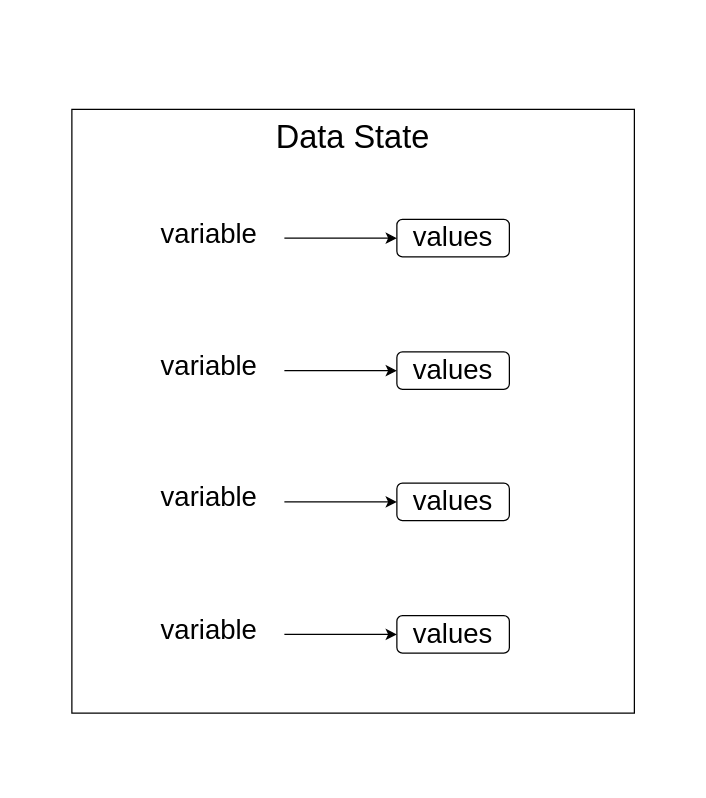
Earlier version of the draw.io diagram page "data-state" (19 of 20) of docs/diagrams.drawio (kushnertodd/basic-data-science-python). Source tidied: cells renumbered, new cells numbered last; positions are measured from the earlier drawing's top-left corner, leaving out a move shared by most shapes. Both pictures are drawn from the tidied source at 125%, with x=0, y=0 at pixel (21, 71).
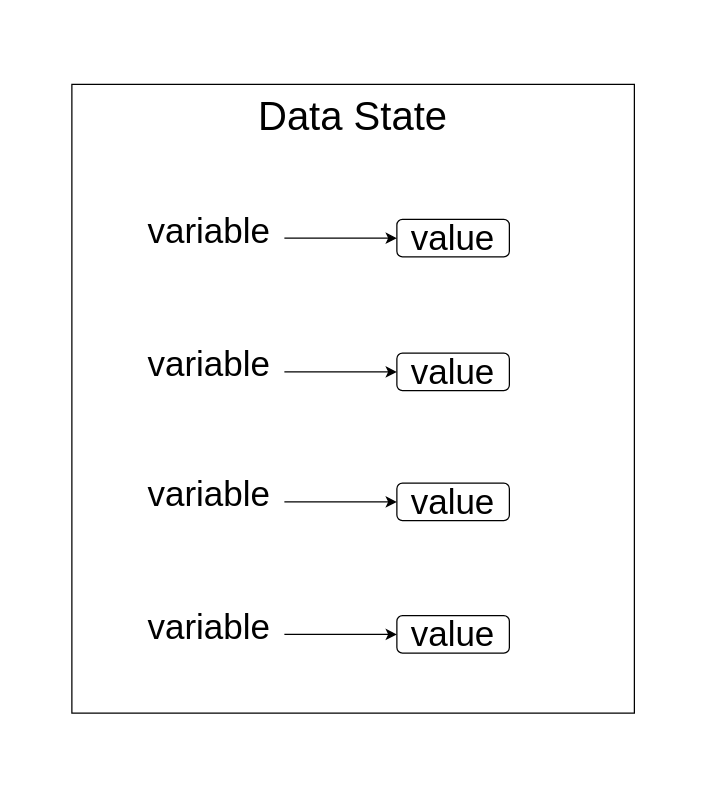
The same diagram, later.

The edit, as a diff of the source:
```diff
@@
 <mxGraphModel>
   <root>
     <mxCell id="0" />
     <mxCell id="1" parent="0" />
-    <mxCell id="2" value="&lt;span style=&quot;text-align: left;&quot;&gt;&lt;font style=&quot;font-size: 26px;&quot;&gt;Data State&lt;/font&gt;&lt;/span&gt;" style="rounded=0;whiteSpace=wrap;html=1;verticalAlign=top;" parent="1" vertex="1">
-      <mxGeometry x="40" y="30" width="450" height="483" as="geometry" />
+    <mxCell id="2" value="&lt;span style=&quot;text-align: left;&quot;&gt;&lt;font style=&quot;font-size: 32px;&quot;&gt;Data State&lt;/font&gt;&lt;/span&gt;" style="rounded=0;whiteSpace=wrap;html=1;verticalAlign=top;" parent="1" vertex="1">
+      <mxGeometry x="40" y="10" width="450" height="503" as="geometry" />
     </mxCell>
-    <mxCell id="3" style="group;" parent="1" vertex="1">
-      <mxGeometry x="90" y="209" width="430" height="354" as="geometry" />
-    </mxCell>
-    <mxCell id="4" value="&lt;font style=&quot;font-size: 22px;&quot;&gt;values&lt;/font&gt;" style="rounded=1;whiteSpace=wrap;html=1;" parent="3" vertex="1">
-      <mxGeometry x="210" y="15" width="90" height="30" as="geometry" />
-    </mxCell>
-    <mxCell id="5" value="&lt;span style=&quot;font-size: 22px; text-align: left; line-height: 0%;&quot;&gt;variable&lt;/span&gt;" style="rounded=0;whiteSpace=wrap;html=1;opacity=0;" parent="3" vertex="1">
-      <mxGeometry width="120" height="60" as="geometry" />
-    </mxCell>
-    <mxCell id="6" style="edgeStyle=orthogonalEdgeStyle;rounded=0;jettySize=auto;html=1;" parent="3" edge="1" source="5" target="4">
-      <mxGeometry relative="1" as="geometry" />
-    </mxCell>
-    <mxCell id="7" style="rounded=0;whiteSpace=wrap;html=1;opacity=0;" parent="3" vertex="1">
-      <mxGeometry x="-90" y="-209" width="520" height="539" as="geometry" />
-    </mxCell>
     <mxCell id="8" style="group;" parent="1" vertex="1">
       <mxGeometry x="90" y="314" width="300" height="60" as="geometry" />
     </mxCell>
-    <mxCell id="9" value="&lt;font style=&quot;font-size: 22px;&quot;&gt;values&lt;/font&gt;" style="rounded=1;whiteSpace=wrap;html=1;" parent="8" vertex="1">
+    <mxCell id="9" value="&lt;font style=&quot;font-size: 28px;&quot;&gt;value&lt;/font&gt;" style="rounded=1;whiteSpace=wrap;html=1;" parent="8" vertex="1">
       <mxGeometry x="210" y="15" width="90" height="30" as="geometry" />
     </mxCell>
-    <mxCell id="10" value="&lt;span style=&quot;font-size: 22px; text-align: left; line-height: 0%;&quot;&gt;variable&lt;/span&gt;" style="rounded=0;whiteSpace=wrap;html=1;opacity=0;" parent="8" vertex="1">
+    <mxCell id="10" value="&lt;span style=&quot;text-align: left; line-height: 0%;&quot;&gt;&lt;font style=&quot;font-size: 28px;&quot;&gt;variable&lt;/font&gt;&lt;/span&gt;" style="rounded=0;whiteSpace=wrap;html=1;opacity=0;" parent="8" vertex="1">
       <mxGeometry width="120" height="60" as="geometry" />
     </mxCell>
     <mxCell id="11" style="edgeStyle=orthogonalEdgeStyle;rounded=0;jettySize=auto;html=1;" parent="8" edge="1" source="10" target="9">
       <mxGeometry relative="1" as="geometry" />
     </mxCell>
     <mxCell id="12" style="group;" parent="1" vertex="1">
       <mxGeometry x="90" y="420" width="300" height="60" as="geometry" />
     </mxCell>
-    <mxCell id="13" value="&lt;font style=&quot;font-size: 22px;&quot;&gt;values&lt;/font&gt;" style="rounded=1;whiteSpace=wrap;html=1;" parent="12" vertex="1">
+    <mxCell id="13" value="&lt;font style=&quot;font-size: 28px;&quot;&gt;value&lt;/font&gt;" style="rounded=1;whiteSpace=wrap;html=1;" parent="12" vertex="1">
       <mxGeometry x="210" y="15" width="90" height="30" as="geometry" />
     </mxCell>
-    <mxCell id="14" value="&lt;span style=&quot;font-size: 22px; text-align: left; line-height: 0%;&quot;&gt;variable&lt;/span&gt;" style="rounded=0;whiteSpace=wrap;html=1;opacity=0;" parent="12" vertex="1">
+    <mxCell id="14" value="&lt;span style=&quot;text-align: left; line-height: 0%;&quot;&gt;&lt;font style=&quot;font-size: 28px;&quot;&gt;variable&lt;/font&gt;&lt;/span&gt;" style="rounded=0;whiteSpace=wrap;html=1;opacity=0;" parent="12" vertex="1">
       <mxGeometry width="120" height="60" as="geometry" />
     </mxCell>
     <mxCell id="15" style="edgeStyle=orthogonalEdgeStyle;rounded=0;jettySize=auto;html=1;" parent="12" edge="1" source="14" target="13">
       <mxGeometry relative="1" as="geometry" />
     </mxCell>
-    <mxCell id="16" value="&lt;font style=&quot;font-size: 22px;&quot;&gt;values&lt;/font&gt;" style="rounded=1;whiteSpace=wrap;html=1;" parent="1" vertex="1">
+    <mxCell id="16" value="&lt;font style=&quot;font-size: 28px;&quot;&gt;value&lt;/font&gt;" style="rounded=1;whiteSpace=wrap;html=1;" parent="1" vertex="1">
       <mxGeometry x="300" y="118" width="90" height="30" as="geometry" />
     </mxCell>
-    <mxCell id="17" value="&lt;span style=&quot;font-size: 22px; text-align: left; line-height: 0%;&quot;&gt;variable&lt;/span&gt;" style="rounded=0;whiteSpace=wrap;html=1;opacity=0;" parent="1" vertex="1">
+    <mxCell id="17" value="&lt;span style=&quot;text-align: left; line-height: 0%;&quot;&gt;&lt;font style=&quot;font-size: 28px;&quot;&gt;variable&lt;/font&gt;&lt;/span&gt;" style="rounded=0;whiteSpace=wrap;html=1;opacity=0;" parent="1" vertex="1">
       <mxGeometry x="90" y="103" width="120" height="60" as="geometry" />
     </mxCell>
     <mxCell id="18" style="edgeStyle=orthogonalEdgeStyle;rounded=0;jettySize=auto;html=1;" parent="1" edge="1" source="17" target="16">
       <mxGeometry relative="1" as="geometry" />
     </mxCell>
+    <mxCell id="19" style="group;" parent="1" vertex="1">
+      <mxGeometry x="90" y="210" width="300" height="60" as="geometry" />
+    </mxCell>
+    <mxCell id="20" value="&lt;font style=&quot;font-size: 28px;&quot;&gt;value&lt;/font&gt;" style="rounded=1;whiteSpace=wrap;html=1;" parent="19" vertex="1">
+      <mxGeometry x="210" y="15" width="90" height="30" as="geometry" />
+    </mxCell>
+    <mxCell id="5" value="&lt;span style=&quot;text-align: left; line-height: 0%;&quot;&gt;&lt;font style=&quot;font-size: 28px;&quot;&gt;variable&lt;/font&gt;&lt;/span&gt;" style="rounded=0;whiteSpace=wrap;html=1;opacity=0;" parent="19" vertex="1">
+      <mxGeometry width="120" height="60" as="geometry" />
+    </mxCell>
+    <mxCell id="21" style="edgeStyle=orthogonalEdgeStyle;rounded=0;jettySize=auto;html=1;" parent="19" edge="1" source="5" target="20">
+      <mxGeometry relative="1" as="geometry" />
+    </mxCell>
+    <mxCell id="22" style="rounded=0;whiteSpace=wrap;html=1;verticalAlign=top;opacity=0;" parent="1" vertex="1">
+      <mxGeometry x="10" y="-40" width="520" height="600" as="geometry" />
+    </mxCell>
   </root>
 </mxGraphModel>
```
